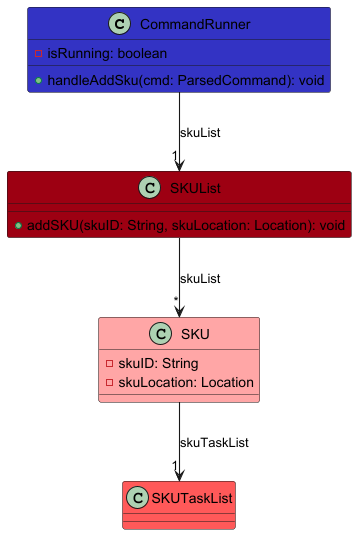
The PlantUML diagram docs/plantUML/add-delete-sku/add-sku-architecture.png in AY2526S2-CS2113-W09-1/tp, before a commit. Source of this version:
```plantuml
@startuml
!include ../style.puml
skinparam arrowThickness 1.1

class CommandRunner LOGIC_COLOR {
  - isRunning: boolean
  + handleAddSku(cmd: ParsedCommand): void
}

class SKUList MODEL_COLOR {
  + addSKU(skuID: String, skuLocation: Location): void
}

class SKU MODEL_COLOR_T1 {
  - skuID: String
  - skuLocation: Location
}

class SKUTaskList MODEL_COLOR_T2 {
}

CommandRunner -down-> "1" SKUList : skuList
SKUList -down-> "*" SKU : skuList
SKU -down-> "1" SKUTaskList : skuTaskList
@enduml
```
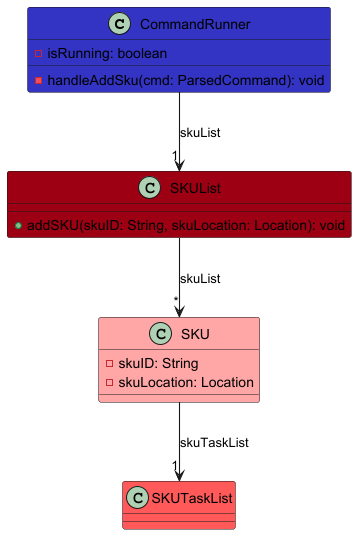
The same file after the commit.

The edit, as a diff of the source:
```diff
@@ -4,7 +4,7 @@
 
 class CommandRunner LOGIC_COLOR {
   - isRunning: boolean
-  + handleAddSku(cmd: ParsedCommand): void
+  - handleAddSku(cmd: ParsedCommand): void
 }
 
 class SKUList MODEL_COLOR {
```
